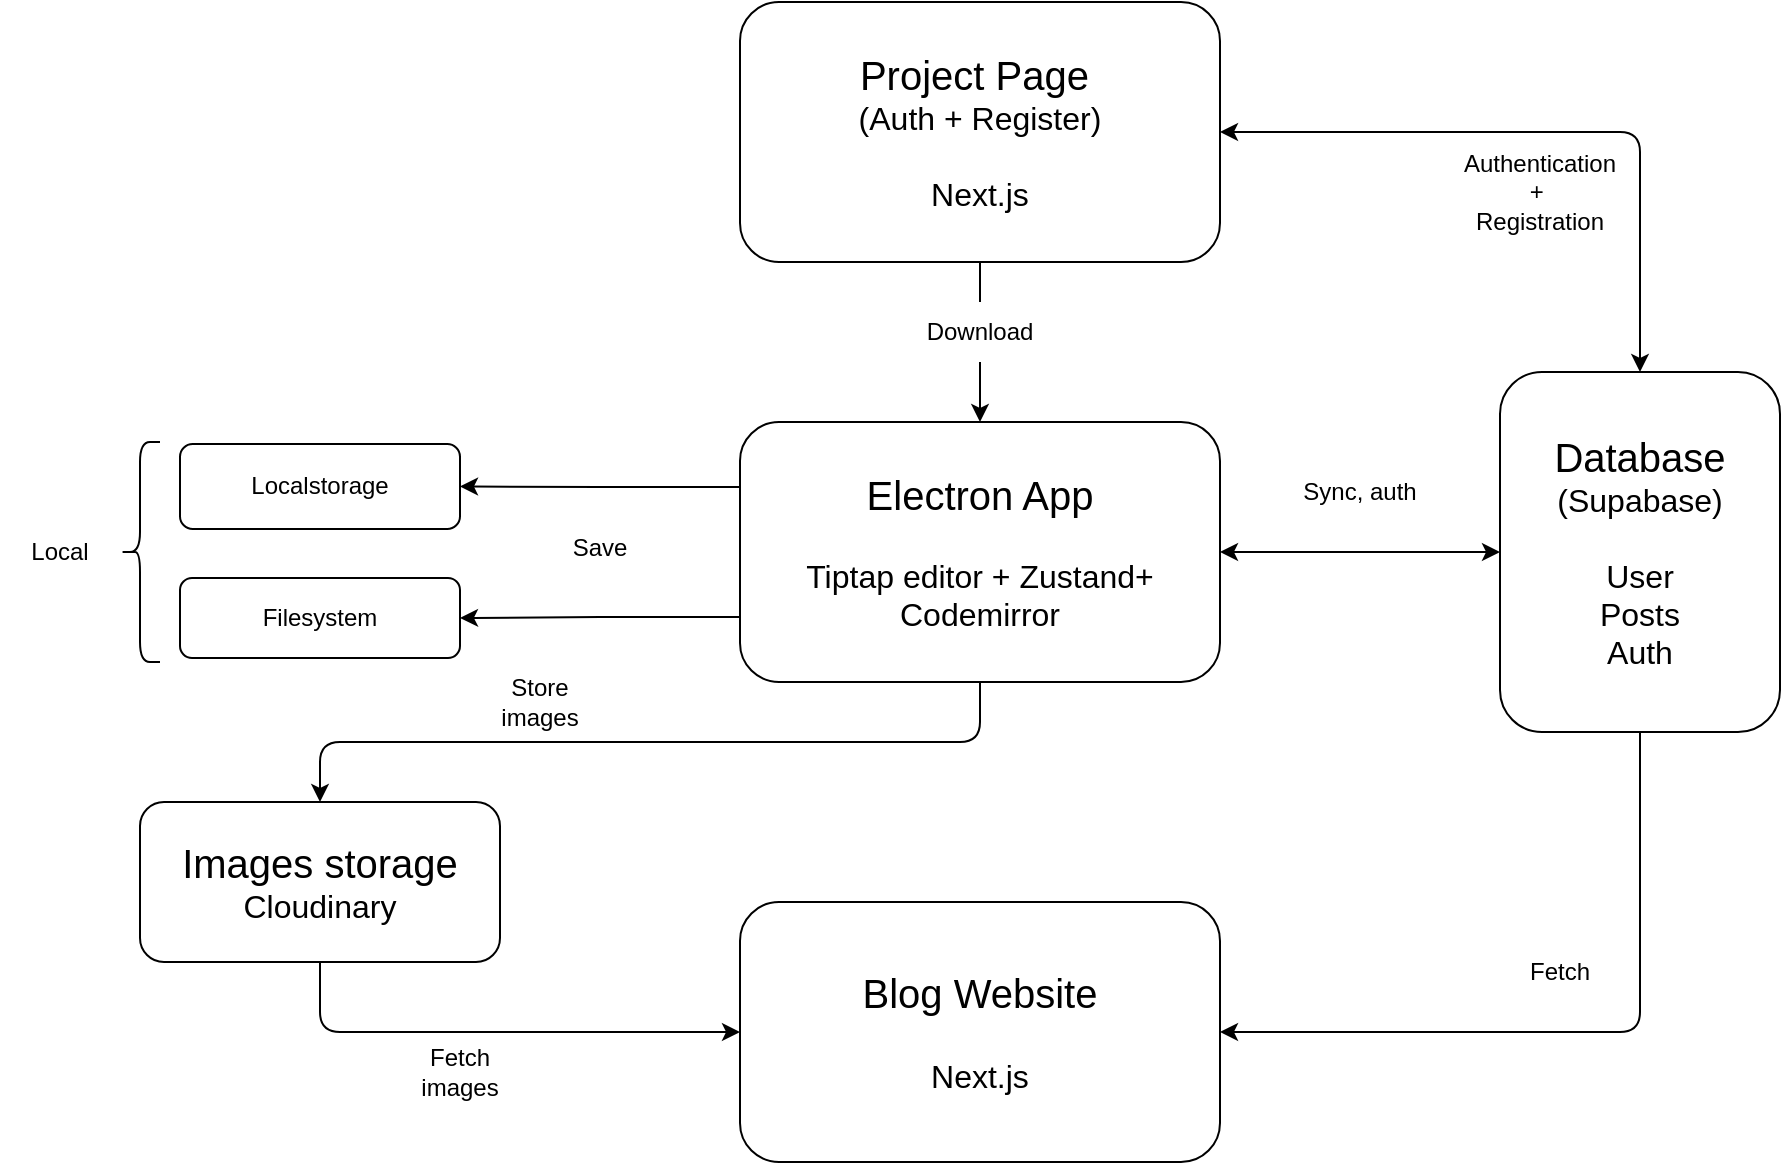
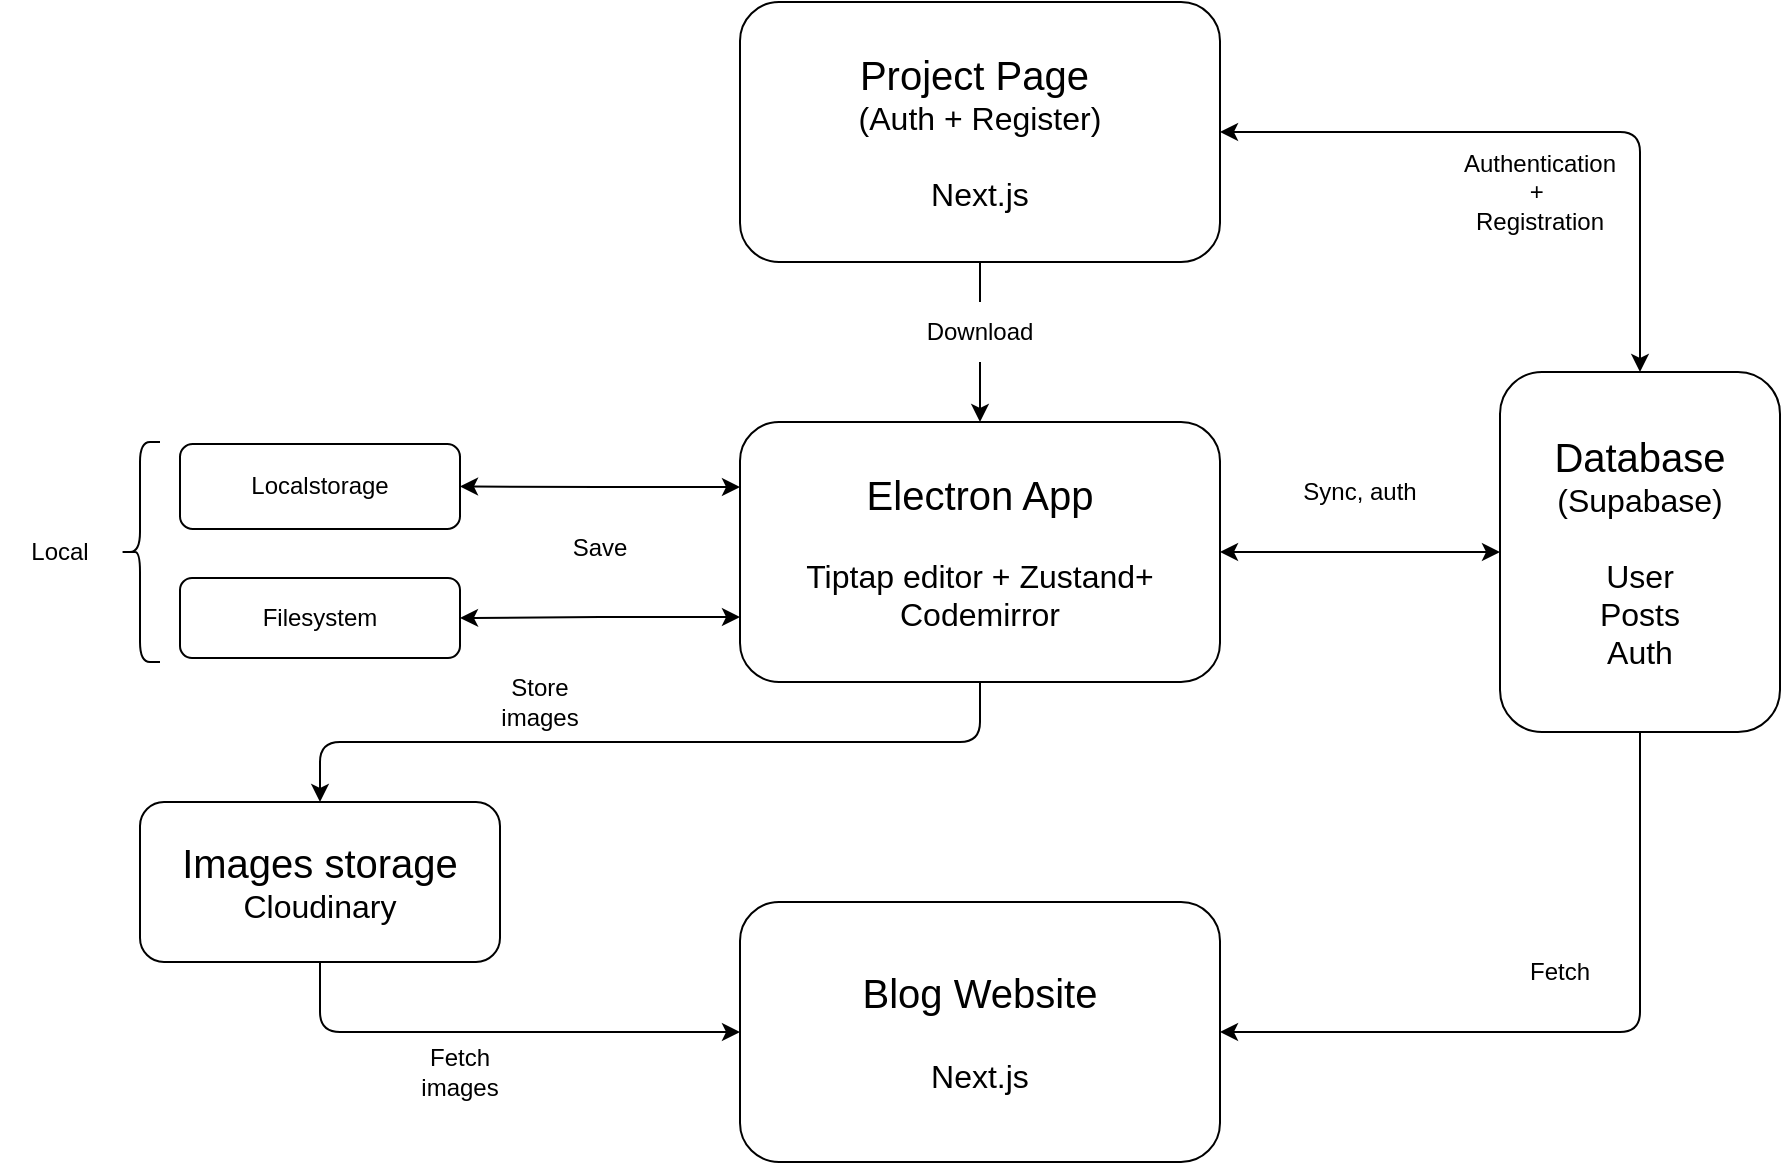
<mxfile host="app.diagrams.net">
  <diagram name="Página-1" id="Ov4H8QZxHRL6zFBvUA3Z">
    <mxGraphModel dx="1570" dy="684" grid="1" gridSize="10" guides="1" tooltips="1" connect="1" arrows="1" fold="1" page="1" pageScale="1" pageWidth="2339" pageHeight="3300" math="0" shadow="0">
      <root>
        <mxCell id="0" />
        <mxCell id="1" parent="0" />
        <mxCell id="NtwE37go12smj8WTYjW8-29" edge="1" parent="1" source="KEHBypfiPnHfp0EBQFIf-1" style="edgeStyle=orthogonalEdgeStyle;rounded=1;orthogonalLoop=1;jettySize=auto;html=1;exitX=0.5;exitY=1;exitDx=0;exitDy=0;entryX=0.5;entryY=0;entryDx=0;entryDy=0;curved=0;" target="NtwE37go12smj8WTYjW8-28">
          <mxGeometry relative="1" as="geometry" />
        </mxCell>
        <mxCell id="NtwE37go12smj8WTYjW8-33" edge="1" parent="1" source="KEHBypfiPnHfp0EBQFIf-1" style="edgeStyle=orthogonalEdgeStyle;rounded=0;orthogonalLoop=1;jettySize=auto;html=1;exitX=1;exitY=0.5;exitDx=0;exitDy=0;entryX=0;entryY=0.5;entryDx=0;entryDy=0;startArrow=classic;startFill=1;" target="KEHBypfiPnHfp0EBQFIf-5">
          <mxGeometry relative="1" as="geometry" />
        </mxCell>
-         <mxCell id="NtwE37go12smj8WTYjW8-40" edge="1" parent="1" source="KEHBypfiPnHfp0EBQFIf-1" style="edgeStyle=orthogonalEdgeStyle;rounded=0;orthogonalLoop=1;jettySize=auto;html=1;exitX=0;exitY=0.25;exitDx=0;exitDy=0;entryX=1;entryY=0.5;entryDx=0;entryDy=0;" target="KEHBypfiPnHfp0EBQFIf-3">
+         <mxCell id="NtwE37go12smj8WTYjW8-40" edge="1" parent="1" source="KEHBypfiPnHfp0EBQFIf-1" style="edgeStyle=orthogonalEdgeStyle;rounded=0;orthogonalLoop=1;jettySize=auto;html=1;exitX=0;exitY=0.25;exitDx=0;exitDy=0;entryX=1;entryY=0.5;entryDx=0;entryDy=0;startArrow=classic;startFill=1;" target="KEHBypfiPnHfp0EBQFIf-3">
          <mxGeometry relative="1" as="geometry" />
        </mxCell>
-         <mxCell id="NtwE37go12smj8WTYjW8-41" edge="1" parent="1" source="KEHBypfiPnHfp0EBQFIf-1" style="edgeStyle=orthogonalEdgeStyle;rounded=0;orthogonalLoop=1;jettySize=auto;html=1;exitX=0;exitY=0.75;exitDx=0;exitDy=0;entryX=1;entryY=0.5;entryDx=0;entryDy=0;" target="KEHBypfiPnHfp0EBQFIf-7">
+         <mxCell id="NtwE37go12smj8WTYjW8-41" edge="1" parent="1" source="KEHBypfiPnHfp0EBQFIf-1" style="edgeStyle=orthogonalEdgeStyle;rounded=0;orthogonalLoop=1;jettySize=auto;html=1;exitX=0;exitY=0.75;exitDx=0;exitDy=0;entryX=1;entryY=0.5;entryDx=0;entryDy=0;startArrow=classic;startFill=1;" target="KEHBypfiPnHfp0EBQFIf-7">
          <mxGeometry relative="1" as="geometry" />
        </mxCell>
        <mxCell id="KEHBypfiPnHfp0EBQFIf-1" parent="1" style="rounded=1;whiteSpace=wrap;html=1;" value="&lt;font style=&quot;font-size: 20px;&quot;&gt;Electron App&lt;/font&gt;&lt;div&gt;&lt;font style=&quot;font-size: 16px;&quot;&gt;&lt;br&gt;&lt;/font&gt;&lt;/div&gt;&lt;div&gt;&lt;font style=&quot;font-size: 16px;&quot;&gt;Tiptap editor + Zustand+ Codemirror&lt;/font&gt;&lt;/div&gt;" vertex="1">
          <mxGeometry height="130" width="240" x="720" y="480" as="geometry" />
        </mxCell>
        <mxCell id="KEHBypfiPnHfp0EBQFIf-3" parent="1" style="rounded=1;whiteSpace=wrap;html=1;" value="Localstorage" vertex="1">
          <mxGeometry height="42.5" width="140" x="440" y="491" as="geometry" />
        </mxCell>
        <mxCell id="KEHBypfiPnHfp0EBQFIf-5" parent="1" style="rounded=1;whiteSpace=wrap;html=1;" value="&lt;font style=&quot;font-size: 20px;&quot;&gt;Database&lt;/font&gt;&lt;font style=&quot;font-size: 16px;&quot;&gt; (Supabase)&lt;/font&gt;&lt;div&gt;&lt;font style=&quot;font-size: 16px;&quot;&gt;&lt;br&gt;&lt;/font&gt;&lt;/div&gt;&lt;div&gt;&lt;font style=&quot;font-size: 16px;&quot;&gt;User&lt;/font&gt;&lt;/div&gt;&lt;div&gt;&lt;font style=&quot;font-size: 16px;&quot;&gt;Posts&lt;/font&gt;&lt;/div&gt;&lt;div&gt;&lt;font style=&quot;font-size: 16px;&quot;&gt;Auth&lt;/font&gt;&lt;/div&gt;" vertex="1">
          <mxGeometry height="180" width="140" x="1100" y="455" as="geometry" />
        </mxCell>
        <mxCell id="KEHBypfiPnHfp0EBQFIf-7" parent="1" style="rounded=1;whiteSpace=wrap;html=1;" value="Filesystem" vertex="1">
          <mxGeometry height="40" width="140" x="440" y="558" as="geometry" />
        </mxCell>
        <mxCell id="KEHBypfiPnHfp0EBQFIf-8" parent="1" style="text;html=1;whiteSpace=wrap;strokeColor=none;fillColor=none;align=center;verticalAlign=middle;rounded=0;" value="Save" vertex="1">
          <mxGeometry height="30" width="60" x="620" y="528" as="geometry" />
        </mxCell>
        <mxCell id="KEHBypfiPnHfp0EBQFIf-9" parent="1" style="text;html=1;whiteSpace=wrap;strokeColor=none;fillColor=none;align=center;verticalAlign=middle;rounded=0;" value="Local" vertex="1">
          <mxGeometry height="30" width="60" x="350" y="530" as="geometry" />
        </mxCell>
        <mxCell id="KEHBypfiPnHfp0EBQFIf-10" parent="1" style="text;html=1;whiteSpace=wrap;strokeColor=none;fillColor=none;align=center;verticalAlign=middle;rounded=0;" value="Sync, auth" vertex="1">
          <mxGeometry height="30" width="60" x="1000" y="500" as="geometry" />
        </mxCell>
        <mxCell id="KEHBypfiPnHfp0EBQFIf-11" parent="1" style="shape=curlyBracket;whiteSpace=wrap;html=1;rounded=1;labelPosition=left;verticalLabelPosition=middle;align=right;verticalAlign=middle;" value="" vertex="1">
          <mxGeometry height="110" width="20" x="410" y="490" as="geometry" />
        </mxCell>
        <mxCell id="NtwE37go12smj8WTYjW8-31" edge="1" parent="1" source="NtwE37go12smj8WTYjW8-3" style="edgeStyle=orthogonalEdgeStyle;rounded=1;orthogonalLoop=1;jettySize=auto;html=1;exitX=1;exitY=0.5;exitDx=0;exitDy=0;entryX=0.5;entryY=1;entryDx=0;entryDy=0;startArrow=classic;startFill=1;endArrow=none;endFill=0;curved=0;" target="KEHBypfiPnHfp0EBQFIf-5">
          <mxGeometry relative="1" as="geometry" />
        </mxCell>
        <mxCell id="NtwE37go12smj8WTYjW8-3" parent="1" style="rounded=1;whiteSpace=wrap;html=1;" value="&lt;font style=&quot;font-size: 20px;&quot;&gt;Blog Website&lt;/font&gt;&lt;div&gt;&lt;font style=&quot;font-size: 16px;&quot;&gt;&lt;br&gt;&lt;/font&gt;&lt;/div&gt;&lt;div&gt;&lt;font style=&quot;font-size: 16px;&quot;&gt;Next.js&lt;/font&gt;&lt;/div&gt;" vertex="1">
          <mxGeometry height="130" width="240" x="720" y="720" as="geometry" />
        </mxCell>
        <mxCell id="NtwE37go12smj8WTYjW8-7" parent="1" style="text;html=1;whiteSpace=wrap;strokeColor=none;fillColor=none;align=center;verticalAlign=middle;rounded=0;" value="Fetch" vertex="1">
          <mxGeometry height="30" width="60" x="1100" y="740" as="geometry" />
        </mxCell>
        <mxCell id="NtwE37go12smj8WTYjW8-36" edge="1" parent="1" source="NtwE37go12smj8WTYjW8-8" style="edgeStyle=orthogonalEdgeStyle;rounded=0;orthogonalLoop=1;jettySize=auto;html=1;exitX=0.5;exitY=1;exitDx=0;exitDy=0;entryX=0.5;entryY=0;entryDx=0;entryDy=0;" target="KEHBypfiPnHfp0EBQFIf-1">
          <mxGeometry relative="1" as="geometry" />
        </mxCell>
        <mxCell id="NtwE37go12smj8WTYjW8-38" edge="1" parent="1" source="NtwE37go12smj8WTYjW8-8" style="edgeStyle=orthogonalEdgeStyle;rounded=1;orthogonalLoop=1;jettySize=auto;html=1;exitX=1;exitY=0.5;exitDx=0;exitDy=0;entryX=0.5;entryY=0;entryDx=0;entryDy=0;startArrow=classic;startFill=1;curved=0;" target="KEHBypfiPnHfp0EBQFIf-5">
          <mxGeometry relative="1" as="geometry" />
        </mxCell>
        <mxCell id="NtwE37go12smj8WTYjW8-8" parent="1" style="rounded=1;whiteSpace=wrap;html=1;" value="&lt;font style=&quot;font-size: 20px;&quot;&gt;Project Page&amp;nbsp;&lt;/font&gt;&lt;div&gt;&lt;font style=&quot;font-size: 16px;&quot;&gt;(Auth + Register)&lt;/font&gt;&lt;/div&gt;&lt;div&gt;&lt;font style=&quot;font-size: 16px;&quot;&gt;&lt;br&gt;&lt;/font&gt;&lt;/div&gt;&lt;div&gt;&lt;font style=&quot;font-size: 16px;&quot;&gt;Next.js&lt;/font&gt;&lt;/div&gt;" vertex="1">
          <mxGeometry height="130" width="240" x="720" y="270" as="geometry" />
        </mxCell>
        <mxCell id="NtwE37go12smj8WTYjW8-22" parent="1" style="text;html=1;whiteSpace=wrap;strokeColor=none;fillColor=default;align=center;verticalAlign=middle;rounded=0;" value="Authentication +&amp;nbsp;&lt;div&gt;Registration&lt;/div&gt;" vertex="1">
          <mxGeometry height="30" width="60" x="1090" y="350" as="geometry" />
        </mxCell>
        <mxCell id="NtwE37go12smj8WTYjW8-30" edge="1" parent="1" source="NtwE37go12smj8WTYjW8-28" style="edgeStyle=orthogonalEdgeStyle;rounded=1;orthogonalLoop=1;jettySize=auto;html=1;exitX=0.5;exitY=1;exitDx=0;exitDy=0;entryX=0;entryY=0.5;entryDx=0;entryDy=0;curved=0;" target="NtwE37go12smj8WTYjW8-3">
          <mxGeometry relative="1" as="geometry" />
        </mxCell>
        <mxCell id="NtwE37go12smj8WTYjW8-28" parent="1" style="rounded=1;whiteSpace=wrap;html=1;" value="&lt;font style=&quot;font-size: 20px;&quot;&gt;Images storage&lt;/font&gt;&lt;div&gt;&lt;font style=&quot;font-size: 16px;&quot;&gt;Cloudinary&lt;/font&gt;&lt;/div&gt;" vertex="1">
          <mxGeometry height="80" width="180" x="420" y="670" as="geometry" />
        </mxCell>
        <mxCell id="NtwE37go12smj8WTYjW8-37" parent="1" style="text;html=1;whiteSpace=wrap;align=center;verticalAlign=middle;rounded=0;fillColor=default;" value="Download" vertex="1">
          <mxGeometry height="30" width="60" x="810" y="420" as="geometry" />
        </mxCell>
        <mxCell id="NtwE37go12smj8WTYjW8-43" parent="1" style="text;html=1;whiteSpace=wrap;strokeColor=none;fillColor=none;align=center;verticalAlign=middle;rounded=0;" value="Store images" vertex="1">
          <mxGeometry height="30" width="60" x="590" y="605" as="geometry" />
        </mxCell>
        <mxCell id="NtwE37go12smj8WTYjW8-44" parent="1" style="text;html=1;whiteSpace=wrap;strokeColor=none;fillColor=none;align=center;verticalAlign=middle;rounded=0;" value="Fetch images" vertex="1">
          <mxGeometry height="30" width="60" x="550" y="790" as="geometry" />
        </mxCell>
      </root>
    </mxGraphModel>
  </diagram>
</mxfile>
